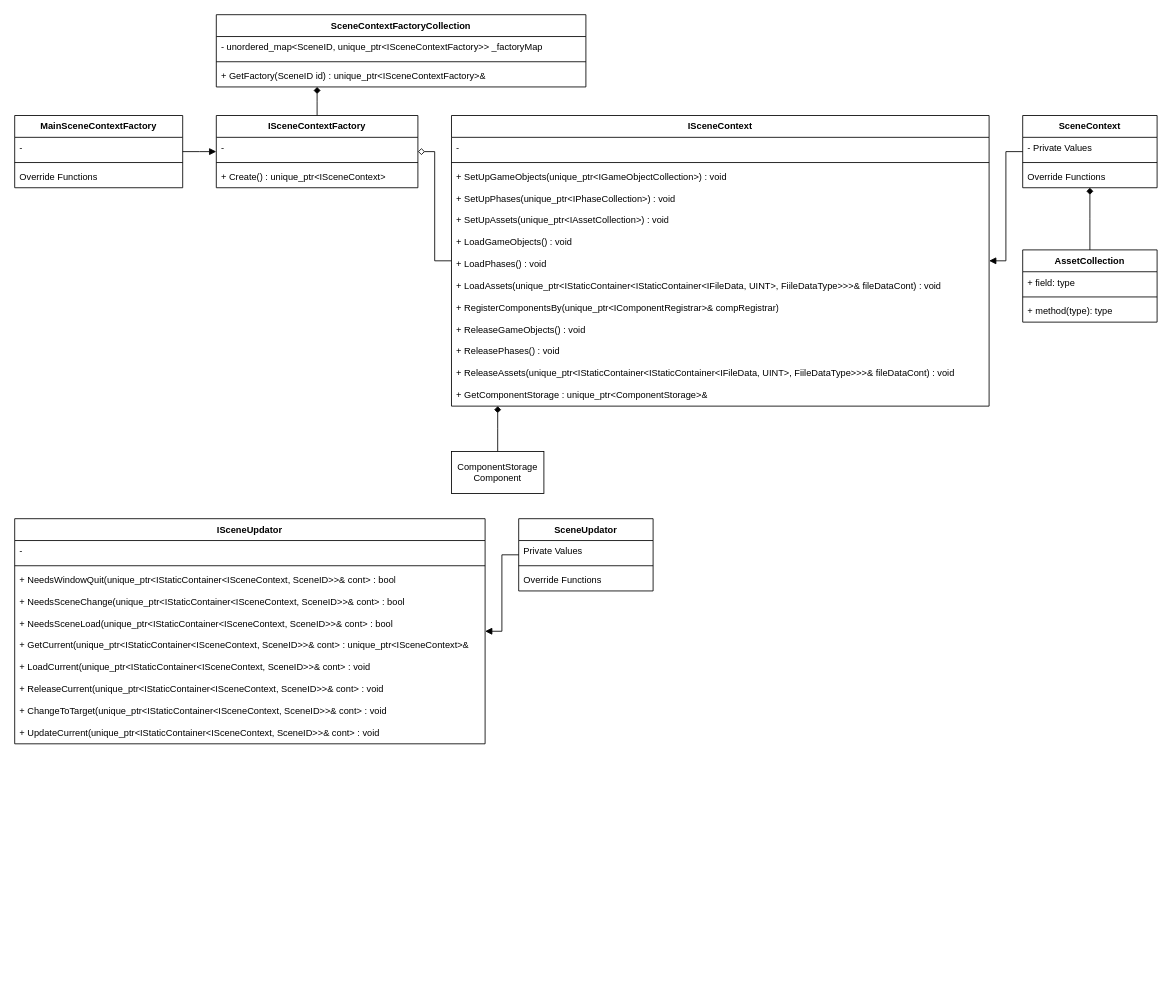
Before: page "Scene" (5 of 10) of docs/module/class.drawio in Tanso-mct/Minecraft-DirectX, a draw.io diagram. Source tidied: cells renumbered, new cells numbered last; positions are measured from the earlier drawing's top-left corner, leaving out a move shared by most shapes. Both pictures are drawn from the tidied source at 84%, with x=0, y=0 at pixel (14, 14).
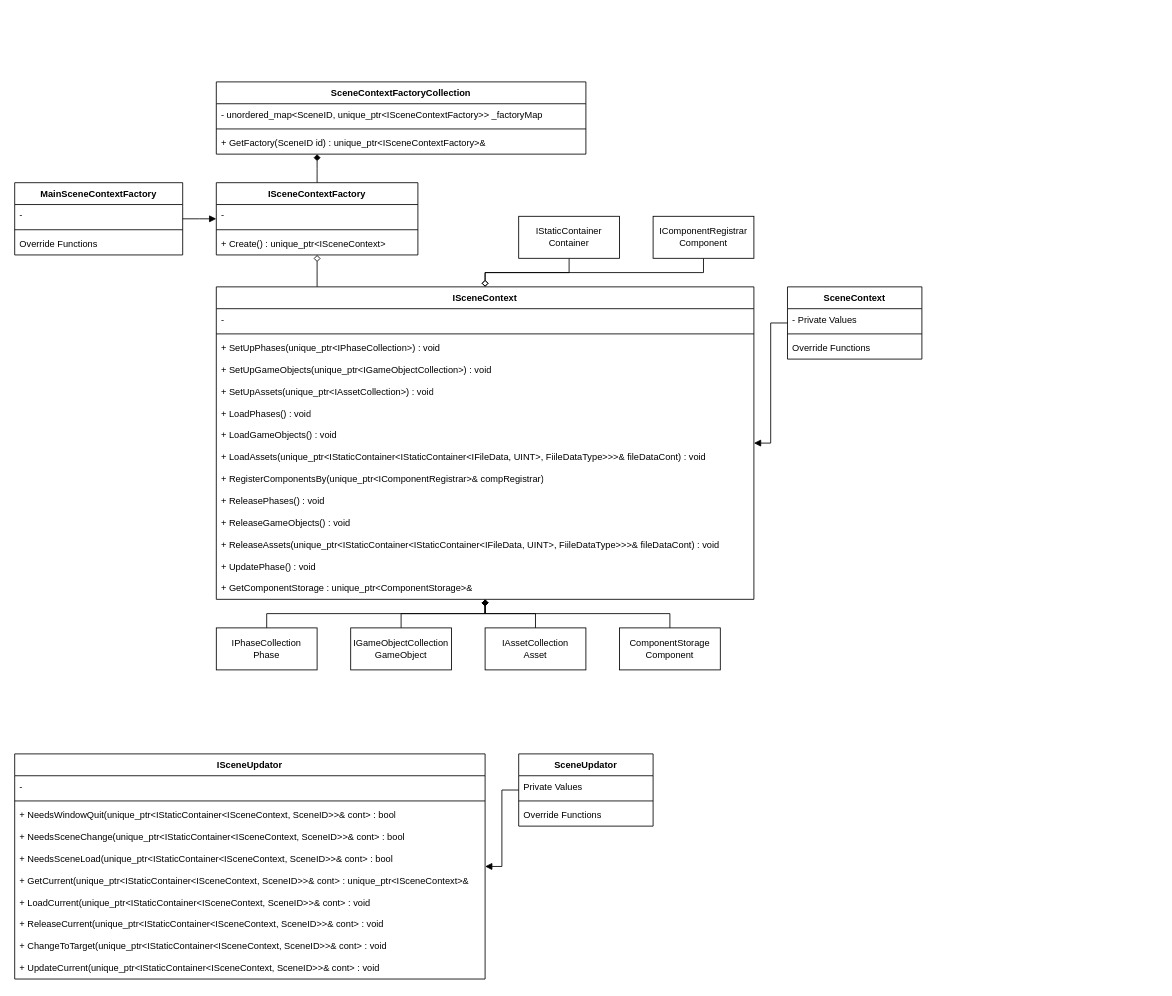
Above is the later version.

Change to the diagram source:
```diff
@@
     <mxCell id="2" value="ISceneUpdator" style="swimlane;fontStyle=1;align=center;verticalAlign=top;horizontal=1;startSize=26;whiteSpace=wrap;html=1;fontFamily=Helvetica;fontSize=11;fontColor=default;labelBackgroundColor=default;" parent="1" vertex="1">
-      <mxGeometry y="600" width="560" height="268" as="geometry" />
+      <mxGeometry y="880" width="560" height="268" as="geometry" />
     </mxCell>
@@
     <mxCell id="14" value="SceneUpdator" style="swimlane;fontStyle=1;align=center;verticalAlign=top;horizontal=1;startSize=26;whiteSpace=wrap;html=1;fontFamily=Helvetica;fontSize=11;fontColor=default;labelBackgroundColor=default;" parent="1" vertex="1">
-      <mxGeometry x="600" y="600" width="160" height="86" as="geometry" />
+      <mxGeometry x="600" y="880" width="160" height="86" as="geometry" />
     </mxCell>
@@
     <mxCell id="19" value="ISceneContext" style="swimlane;fontStyle=1;align=center;verticalAlign=top;horizontal=1;startSize=26;whiteSpace=wrap;html=1;fontFamily=Helvetica;fontSize=11;fontColor=default;labelBackgroundColor=default;" parent="1" vertex="1">
-      <mxGeometry x="520" y="120" width="640" height="346" as="geometry" />
+      <mxGeometry x="240" y="324" width="640" height="372" as="geometry" />
     </mxCell>
@@
+    <mxCell id="23" value="+ SetUpPhases(unique_ptr&amp;lt;IPhaseCollection&amp;gt;) : void" style="text;strokeColor=none;fillColor=none;align=left;verticalAlign=top;spacingLeft=4;spacingRight=4;overflow=hidden;whiteSpace=wrap;html=1;fontFamily=Helvetica;fontSize=11;fontColor=default;labelBackgroundColor=default;" parent="19" vertex="1">
+      <mxGeometry y="60" width="640" height="26" as="geometry" />
+    </mxCell>
     <mxCell id="22" value="+ SetUpGameObjects(unique_ptr&amp;lt;IGameObjectCollection&amp;gt;) : void" style="text;strokeColor=none;fillColor=none;align=left;verticalAlign=top;spacingLeft=4;spacingRight=4;overflow=hidden;whiteSpace=wrap;html=1;fontFamily=Helvetica;fontSize=11;fontColor=default;labelBackgroundColor=default;" parent="19" vertex="1">
-      <mxGeometry y="60" width="640" height="26" as="geometry" />
+      <mxGeometry y="86" width="640" height="26" as="geometry" />
     </mxCell>
-    <mxCell id="23" value="+ SetUpPhases(unique_ptr&amp;lt;IPhaseCollection&amp;gt;) : void" style="text;strokeColor=none;fillColor=none;align=left;verticalAlign=top;spacingLeft=4;spacingRight=4;overflow=hidden;whiteSpace=wrap;html=1;fontFamily=Helvetica;fontSize=11;fontColor=default;labelBackgroundColor=default;" parent="19" vertex="1">
-      <mxGeometry y="86" width="640" height="26" as="geometry" />
-    </mxCell>
@@
+    <mxCell id="26" value="+ LoadPhases() : void" style="text;strokeColor=none;fillColor=none;align=left;verticalAlign=top;spacingLeft=4;spacingRight=4;overflow=hidden;whiteSpace=wrap;html=1;fontFamily=Helvetica;fontSize=11;fontColor=default;labelBackgroundColor=default;" parent="19" vertex="1">
+      <mxGeometry y="138" width="640" height="26" as="geometry" />
+    </mxCell>
     <mxCell id="25" value="+ LoadGameObjects() : void" style="text;strokeColor=none;fillColor=none;align=left;verticalAlign=top;spacingLeft=4;spacingRight=4;overflow=hidden;whiteSpace=wrap;html=1;fontFamily=Helvetica;fontSize=11;fontColor=default;labelBackgroundColor=default;" parent="19" vertex="1">
-      <mxGeometry y="138" width="640" height="26" as="geometry" />
+      <mxGeometry y="164" width="640" height="26" as="geometry" />
     </mxCell>
-    <mxCell id="26" value="+ LoadPhases() : void" style="text;strokeColor=none;fillColor=none;align=left;verticalAlign=top;spacingLeft=4;spacingRight=4;overflow=hidden;whiteSpace=wrap;html=1;fontFamily=Helvetica;fontSize=11;fontColor=default;labelBackgroundColor=default;" parent="19" vertex="1">
-      <mxGeometry y="164" width="640" height="26" as="geometry" />
-    </mxCell>
@@
+    <mxCell id="30" value="+ ReleasePhases() : void" style="text;strokeColor=none;fillColor=none;align=left;verticalAlign=top;spacingLeft=4;spacingRight=4;overflow=hidden;whiteSpace=wrap;html=1;fontFamily=Helvetica;fontSize=11;fontColor=default;labelBackgroundColor=default;" parent="19" vertex="1">
+      <mxGeometry y="242" width="640" height="26" as="geometry" />
+    </mxCell>
     <mxCell id="29" value="+ ReleaseGameObjects() : void" style="text;strokeColor=none;fillColor=none;align=left;verticalAlign=top;spacingLeft=4;spacingRight=4;overflow=hidden;whiteSpace=wrap;html=1;fontFamily=Helvetica;fontSize=11;fontColor=default;labelBackgroundColor=default;" parent="19" vertex="1">
-      <mxGeometry y="242" width="640" height="26" as="geometry" />
+      <mxGeometry y="268" width="640" height="26" as="geometry" />
     </mxCell>
-    <mxCell id="30" value="+ ReleasePhases() : void" style="text;strokeColor=none;fillColor=none;align=left;verticalAlign=top;spacingLeft=4;spacingRight=4;overflow=hidden;whiteSpace=wrap;html=1;fontFamily=Helvetica;fontSize=11;fontColor=default;labelBackgroundColor=default;" parent="19" vertex="1">
-      <mxGeometry y="268" width="640" height="26" as="geometry" />
-    </mxCell>
@@
-    <mxCell id="32" value="+ GetComponentStorage : unique_ptr&amp;lt;ComponentStorage&amp;gt;&amp;amp;" style="text;strokeColor=none;fillColor=none;align=left;verticalAlign=top;spacingLeft=4;spacingRight=4;overflow=hidden;whiteSpace=wrap;html=1;fontFamily=Helvetica;fontSize=11;fontColor=default;labelBackgroundColor=default;" parent="19" vertex="1">
+    <mxCell id="32" value="+ UpdatePhase() : void" style="text;strokeColor=none;fillColor=none;align=left;verticalAlign=top;spacingLeft=4;spacingRight=4;overflow=hidden;whiteSpace=wrap;html=1;fontFamily=Helvetica;fontSize=11;fontColor=default;labelBackgroundColor=default;" parent="19" vertex="1">
       <mxGeometry y="320" width="640" height="26" as="geometry" />
     </mxCell>
+    <mxCell id="59" value="+ GetComponentStorage : unique_ptr&amp;lt;ComponentStorage&amp;gt;&amp;amp;" style="text;strokeColor=none;fillColor=none;align=left;verticalAlign=top;spacingLeft=4;spacingRight=4;overflow=hidden;whiteSpace=wrap;html=1;fontFamily=Helvetica;fontSize=11;fontColor=default;labelBackgroundColor=default;" parent="19" vertex="1">
+      <mxGeometry y="346" width="640" height="26" as="geometry" />
+    </mxCell>
@@
     <mxCell id="34" value="SceneContext" style="swimlane;fontStyle=1;align=center;verticalAlign=top;horizontal=1;startSize=26;whiteSpace=wrap;html=1;fontFamily=Helvetica;fontSize=11;fontColor=default;labelBackgroundColor=default;" parent="1" vertex="1">
-      <mxGeometry x="1200" y="120" width="160" height="86" as="geometry" />
+      <mxGeometry x="920" y="324" width="160" height="86" as="geometry" />
     </mxCell>
@@
     <mxCell id="38" value="SceneContextFactoryCollection" style="swimlane;fontStyle=1;align=center;verticalAlign=top;horizontal=1;startSize=26;whiteSpace=wrap;html=1;fontFamily=Helvetica;fontSize=11;fontColor=default;labelBackgroundColor=default;" parent="1" vertex="1">
-      <mxGeometry x="240" width="440" height="86" as="geometry" />
+      <mxGeometry x="240" y="80" width="440" height="86" as="geometry" />
     </mxCell>
@@
     <mxCell id="43" value="ISceneContextFactory" style="swimlane;fontStyle=1;align=center;verticalAlign=top;horizontal=1;startSize=26;whiteSpace=wrap;html=1;fontFamily=Helvetica;fontSize=11;fontColor=default;labelBackgroundColor=default;" parent="1" vertex="1">
-      <mxGeometry x="240" y="120" width="240" height="86" as="geometry" />
+      <mxGeometry x="240" y="200" width="240" height="86" as="geometry" />
     </mxCell>
@@
     <mxCell id="48" value="MainSceneContextFactory" style="swimlane;fontStyle=1;align=center;verticalAlign=top;horizontal=1;startSize=26;whiteSpace=wrap;html=1;fontFamily=Helvetica;fontSize=11;fontColor=default;labelBackgroundColor=default;" parent="1" vertex="1">
-      <mxGeometry y="120" width="200" height="86" as="geometry" />
+      <mxGeometry y="200" width="200" height="86" as="geometry" />
     </mxCell>
@@
-    <mxCell id="52" style="edgeStyle=elbowEdgeStyle;shape=connector;rounded=0;html=1;strokeColor=default;align=center;verticalAlign=middle;fontFamily=Helvetica;fontSize=11;fontColor=default;labelBackgroundColor=default;endArrow=diamond;endFill=1;elbow=vertical;" parent="1" edge="1" source="53" target="34">
-      <mxGeometry relative="1" as="geometry" />
-    </mxCell>
-    <mxCell id="53" value="AssetCollection" style="swimlane;fontStyle=1;align=center;verticalAlign=top;horizontal=1;startSize=26;whiteSpace=wrap;html=1;fontFamily=Helvetica;fontSize=11;fontColor=default;labelBackgroundColor=default;" parent="1" vertex="1">
-      <mxGeometry x="1200" y="280" width="160" height="86" as="geometry" />
-    </mxCell>
-    <mxCell id="54" value="+ field: type" style="text;strokeColor=none;fillColor=none;align=left;verticalAlign=top;spacingLeft=4;spacingRight=4;overflow=hidden;whiteSpace=wrap;html=1;fontFamily=Helvetica;fontSize=11;fontColor=default;labelBackgroundColor=default;" parent="53" vertex="1">
-      <mxGeometry y="26" width="160" height="26" as="geometry" />
-    </mxCell>
-    <mxCell id="55" style="line;strokeWidth=1;fillColor=none;align=left;verticalAlign=middle;spacingTop=-1;spacingLeft=3;spacingRight=3;labelPosition=right;strokeColor=inherit;fontFamily=Helvetica;fontSize=11;fontColor=default;labelBackgroundColor=default;" parent="53" vertex="1">
-      <mxGeometry y="52" width="160" height="8" as="geometry" />
-    </mxCell>
-    <mxCell id="56" value="+ method(type): type" style="text;strokeColor=none;fillColor=none;align=left;verticalAlign=top;spacingLeft=4;spacingRight=4;overflow=hidden;whiteSpace=wrap;html=1;fontFamily=Helvetica;fontSize=11;fontColor=default;labelBackgroundColor=default;" parent="53" vertex="1">
-      <mxGeometry y="60" width="160" height="26" as="geometry" />
-    </mxCell>
-    <mxCell id="57" style="edgeStyle=elbowEdgeStyle;shape=connector;rounded=0;html=1;strokeColor=default;align=center;verticalAlign=middle;fontFamily=Helvetica;fontSize=11;fontColor=default;labelBackgroundColor=default;endArrow=diamond;endFill=1;" parent="1" edge="1" source="58" target="19">
+    <mxCell id="57" style="edgeStyle=elbowEdgeStyle;shape=connector;rounded=0;html=1;strokeColor=default;align=center;verticalAlign=middle;fontFamily=Helvetica;fontSize=11;fontColor=default;labelBackgroundColor=default;endArrow=diamond;endFill=0;elbow=vertical;" parent="1" edge="1" source="58" target="19">
       <mxGeometry relative="1" as="geometry" />
     </mxCell>
-    <mxCell id="58" value="ComponentStorage&lt;div&gt;Component&lt;/div&gt;" style="html=1;whiteSpace=wrap;fontFamily=Helvetica;fontSize=11;fontColor=default;labelBackgroundColor=default;" parent="1" vertex="1">
-      <mxGeometry x="520" y="520" width="110" height="50" as="geometry" />
+    <mxCell id="58" value="IStaticContainer&lt;div&gt;Container&lt;/div&gt;" style="html=1;whiteSpace=wrap;fontFamily=Helvetica;fontSize=11;fontColor=default;labelBackgroundColor=default;" parent="1" vertex="1">
+      <mxGeometry x="600" y="240" width="120" height="50" as="geometry" />
     </mxCell>
+    <mxCell id="60" style="edgeStyle=elbowEdgeStyle;shape=connector;rounded=0;html=1;strokeColor=default;align=center;verticalAlign=middle;fontFamily=Helvetica;fontSize=11;fontColor=default;labelBackgroundColor=default;endArrow=diamond;endFill=1;elbow=vertical;" parent="1" edge="1" source="61" target="19">
+      <mxGeometry relative="1" as="geometry" />
+    </mxCell>
+    <mxCell id="61" value="IGameObjectCollection&lt;div&gt;GameObject&lt;/div&gt;" style="html=1;whiteSpace=wrap;fontFamily=Helvetica;fontSize=11;fontColor=default;labelBackgroundColor=default;" parent="1" vertex="1">
+      <mxGeometry x="400" y="730" width="120" height="50" as="geometry" />
+    </mxCell>
+    <mxCell id="62" style="edgeStyle=elbowEdgeStyle;shape=connector;rounded=0;html=1;strokeColor=default;align=center;verticalAlign=middle;fontFamily=Helvetica;fontSize=11;fontColor=default;labelBackgroundColor=default;endArrow=diamond;endFill=1;elbow=vertical;" parent="1" edge="1" source="63" target="19">
+      <mxGeometry relative="1" as="geometry" />
+    </mxCell>
+    <mxCell id="63" value="IPhaseCollection&lt;div&gt;Phase&lt;/div&gt;" style="html=1;whiteSpace=wrap;fontFamily=Helvetica;fontSize=11;fontColor=default;labelBackgroundColor=default;" parent="1" vertex="1">
+      <mxGeometry x="240" y="730" width="120" height="50" as="geometry" />
+    </mxCell>
+    <mxCell id="64" style="edgeStyle=elbowEdgeStyle;shape=connector;rounded=0;html=1;strokeColor=default;align=center;verticalAlign=middle;fontFamily=Helvetica;fontSize=11;fontColor=default;labelBackgroundColor=default;endArrow=diamond;endFill=1;elbow=vertical;" parent="1" edge="1" source="65" target="19">
+      <mxGeometry relative="1" as="geometry" />
+    </mxCell>
+    <mxCell id="65" value="IAssetCollection&lt;div&gt;Asset&lt;/div&gt;" style="html=1;whiteSpace=wrap;fontFamily=Helvetica;fontSize=11;fontColor=default;labelBackgroundColor=default;" parent="1" vertex="1">
+      <mxGeometry x="560" y="730" width="120" height="50" as="geometry" />
+    </mxCell>
+    <mxCell id="66" style="edgeStyle=elbowEdgeStyle;shape=connector;rounded=0;html=1;strokeColor=default;align=center;verticalAlign=middle;fontFamily=Helvetica;fontSize=11;fontColor=default;labelBackgroundColor=default;endArrow=diamond;endFill=0;elbow=vertical;" parent="1" edge="1" source="67" target="19">
+      <mxGeometry relative="1" as="geometry" />
+    </mxCell>
+    <mxCell id="67" value="IComponentRegistrar&lt;div&gt;Component&lt;/div&gt;" style="html=1;whiteSpace=wrap;fontFamily=Helvetica;fontSize=11;fontColor=default;labelBackgroundColor=default;" parent="1" vertex="1">
+      <mxGeometry x="760" y="240" width="120" height="50" as="geometry" />
+    </mxCell>
+    <mxCell id="68" style="edgeStyle=elbowEdgeStyle;shape=connector;rounded=0;html=1;strokeColor=default;align=center;verticalAlign=middle;fontFamily=Helvetica;fontSize=11;fontColor=default;labelBackgroundColor=default;endArrow=diamond;endFill=1;elbow=vertical;" parent="1" edge="1" source="69" target="19">
+      <mxGeometry relative="1" as="geometry" />
+    </mxCell>
+    <mxCell id="69" value="ComponentStorage&lt;div&gt;Component&lt;/div&gt;" style="html=1;whiteSpace=wrap;fontFamily=Helvetica;fontSize=11;fontColor=default;labelBackgroundColor=default;" parent="1" vertex="1">
+      <mxGeometry x="720" y="730" width="120" height="50" as="geometry" />
+    </mxCell>
```
